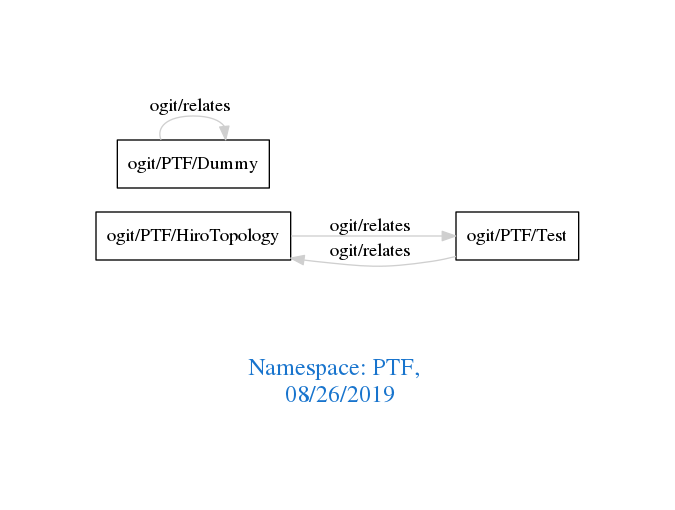
This is downloads/PTF.png from arago/OGIT, a Graphviz export, as it was before one commit. Its source is kept beside it as downloads/PTF.dot.
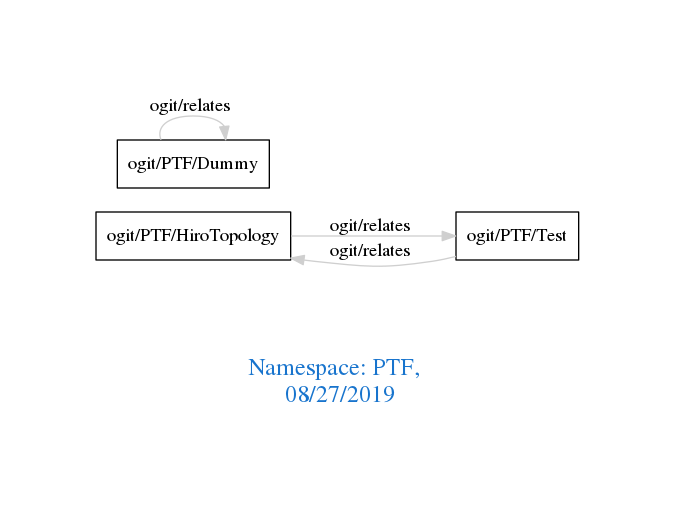
The same diagram one commit later.

What changed in the source:
```diff
@@ -1,7 +1,7 @@
 digraph OGIT_ontology {
  graph [ rankdir= LR,pad=1
 fontsize = 18,
-fontcolor= dodgerblue3,label = "\n\n\nNamespace: PTF, \n 08/26/2019"];
+fontcolor= dodgerblue3,label = "\n\n\nNamespace: PTF, \n 08/27/2019"];
 node[shape=polygon];
 edge [  color="gray81"];
 
```
